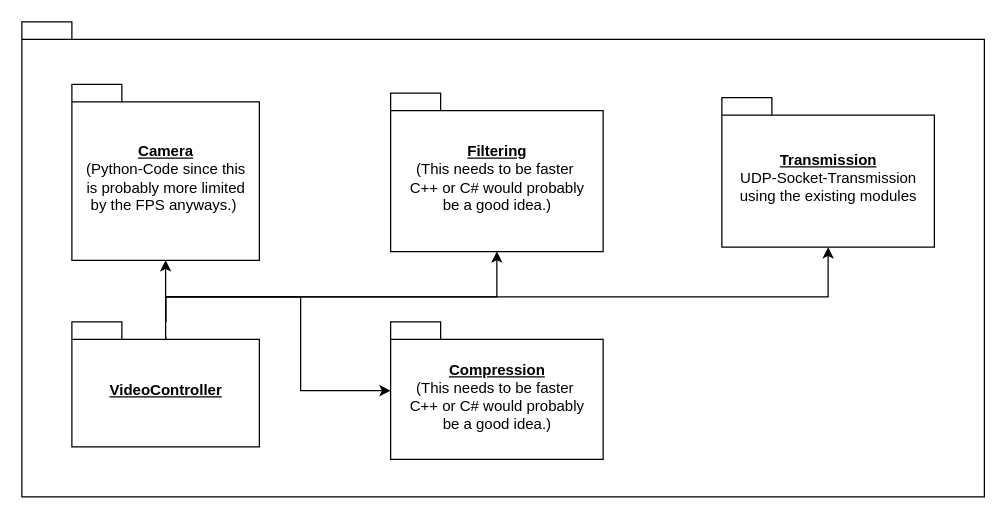
Uhgtred/HomeExplorer keeps this draw.io diagram as page "Page-1" (1 of 2) of Robot/Video/Architecture/Video_Architecture.drawio. Above is the earlier version. Source tidied: cells renumbered, new cells numbered last; positions are measured from the earlier drawing's top-left corner, leaving out a move shared by most shapes. Both pictures are drawn from the tidied source at 125%, with x=0, y=0 at pixel (21, 21).
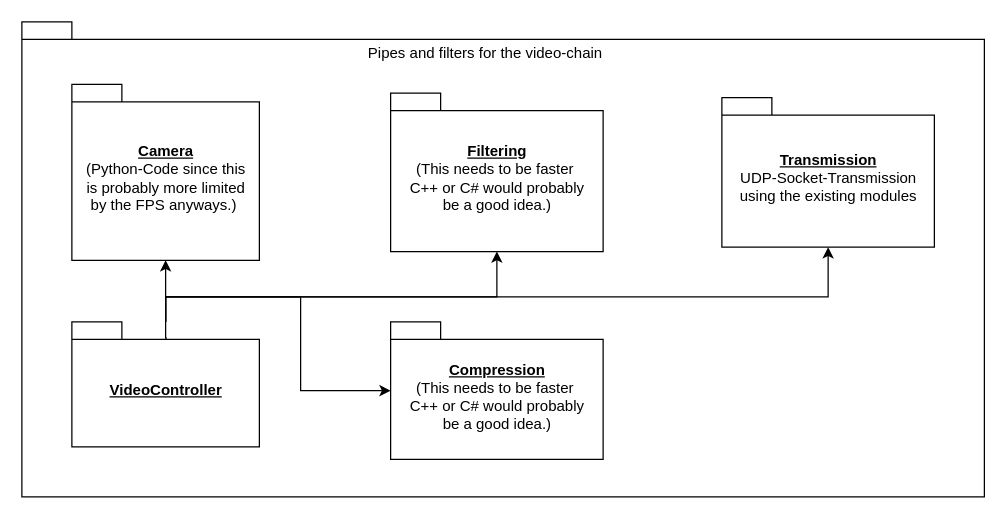
The same diagram, later.

Diff of the diagram source:
```diff
@@
 <mxGraphModel>
   <root>
     <mxCell id="0" />
     <mxCell id="1" parent="0" />
     <mxCell id="2" style="group;" parent="1" vertex="1">
       <mxGeometry width="770" height="380" as="geometry" />
     </mxCell>
     <mxCell id="3" style="shape=folder;fontStyle=1;spacingTop=10;tabWidth=40;tabHeight=14;tabPosition=left;html=1;" parent="2" vertex="1">
       <mxGeometry width="770" height="380" as="geometry" />
     </mxCell>
     <mxCell id="4" value="&lt;u&gt;Camera&lt;/u&gt;&lt;br&gt;&lt;span style=&quot;font-weight: normal;&quot;&gt;(Python-Code since this &lt;br&gt;is probably more limited&lt;br&gt;by the FPS anyways.)&lt;/span&gt;&amp;nbsp;" style="shape=folder;fontStyle=1;spacingTop=10;tabWidth=40;tabHeight=14;tabPosition=left;html=1;" parent="2" vertex="1">
       <mxGeometry x="40" y="50" width="150" height="140.7" as="geometry" />
     </mxCell>
     <mxCell id="5" value="&lt;u&gt;Filtering&lt;/u&gt;&lt;br&gt;&lt;span style=&quot;font-weight: normal;&quot;&gt;(This needs to be faster&amp;nbsp;&lt;br&gt;C++ or C# would probably&lt;br&gt;be a good idea.)&lt;/span&gt;" style="shape=folder;fontStyle=1;spacingTop=10;tabWidth=40;tabHeight=14;tabPosition=left;html=1;" parent="2" vertex="1">
       <mxGeometry x="295" y="57" width="170" height="126.7" as="geometry" />
     </mxCell>
     <mxCell id="6" value="&lt;u&gt;Transmission&lt;/u&gt;&lt;br&gt;&lt;span style=&quot;font-weight: normal;&quot;&gt;UDP-Socket-Transmission&lt;br&gt;using the existing modules&lt;/span&gt;" style="shape=folder;fontStyle=1;spacingTop=10;tabWidth=40;tabHeight=14;tabPosition=left;html=1;" parent="2" vertex="1">
       <mxGeometry x="560" y="60.6" width="170" height="119.6" as="geometry" />
     </mxCell>
     <mxCell id="7" value="&lt;u&gt;Compression&lt;/u&gt;&lt;br&gt;&lt;span style=&quot;font-weight: normal;&quot;&gt;(This needs to be faster&amp;nbsp;&lt;br&gt;C++ or C# would probably&lt;br&gt;be a good idea.)&lt;/span&gt;&lt;u&gt;&lt;br&gt;&lt;/u&gt;" style="shape=folder;fontStyle=1;spacingTop=10;tabWidth=40;tabHeight=14;tabPosition=left;html=1;" parent="2" vertex="1">
       <mxGeometry x="295" y="240" width="170" height="110" as="geometry" />
     </mxCell>
     <mxCell id="8" style="edgeStyle=orthogonalEdgeStyle;rounded=0;jettySize=auto;html=1;" parent="2" edge="1" source="12" target="4">
       <mxGeometry relative="1" as="geometry" />
     </mxCell>
     <mxCell id="9" style="edgeStyle=orthogonalEdgeStyle;rounded=0;jettySize=auto;html=1;" parent="2" edge="1" source="12" target="5">
       <mxGeometry relative="1" as="geometry">
         <Array as="points">
           <mxPoint x="115" y="220" />
           <mxPoint x="380" y="220" />
         </Array>
       </mxGeometry>
     </mxCell>
     <mxCell id="10" style="edgeStyle=orthogonalEdgeStyle;rounded=0;jettySize=auto;html=1;" parent="2" edge="1" source="12" target="7">
       <mxGeometry relative="1" as="geometry">
         <Array as="points">
           <mxPoint x="115" y="220" />
           <mxPoint x="223" y="220" />
           <mxPoint x="223" y="295" />
         </Array>
       </mxGeometry>
     </mxCell>
     <mxCell id="11" style="edgeStyle=orthogonalEdgeStyle;rounded=0;jettySize=auto;html=1;exitX=0.507;exitY=0.13;exitDx=0;exitDy=0;exitPerimeter=0;" parent="2" edge="1" source="12" target="6">
       <mxGeometry relative="1" as="geometry">
         <Array as="points">
           <mxPoint x="115" y="253" />
           <mxPoint x="115" y="220" />
           <mxPoint x="645" y="220" />
         </Array>
       </mxGeometry>
     </mxCell>
     <mxCell id="12" value="&lt;u&gt;VideoController&lt;/u&gt;" style="shape=folder;fontStyle=1;spacingTop=10;tabWidth=40;tabHeight=14;tabPosition=left;html=1;" parent="2" vertex="1">
       <mxGeometry x="40" y="240" width="150" height="100" as="geometry" />
     </mxCell>
+    <mxCell id="13" value="Pipes and filters for the video-chain" style="text;html=1;strokeColor=none;fillColor=none;align=center;verticalAlign=middle;whiteSpace=wrap;rounded=0;" parent="2" vertex="1">
+      <mxGeometry x="221" y="10" width="300" height="30" as="geometry" />
+    </mxCell>
   </root>
 </mxGraphModel>
```
